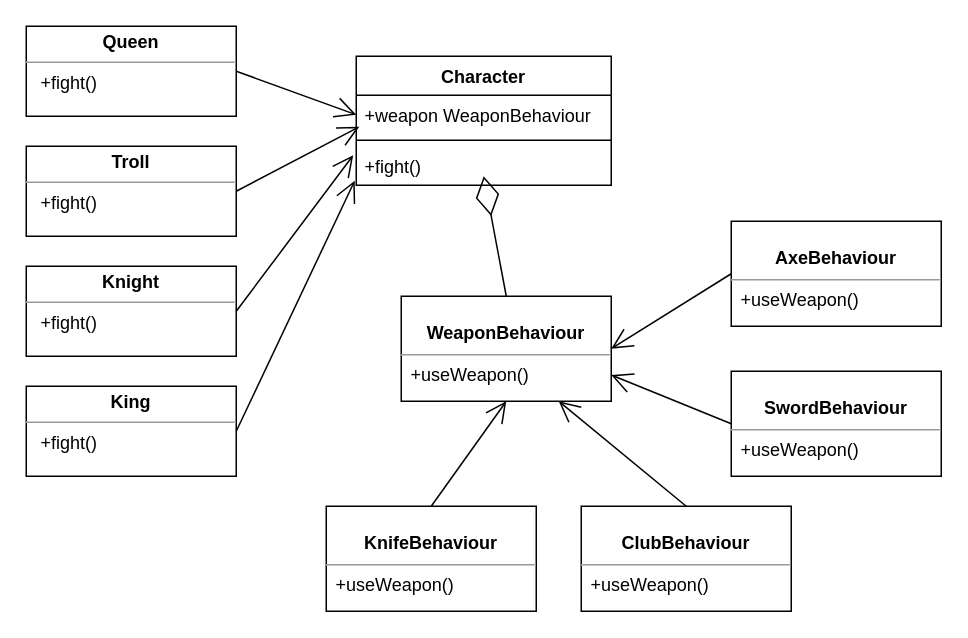
Above: 5.3tehtava.drawio in ArttuJahva/NewRepo (draw.io), before the change. Source tidied: cells renumbered, new cells numbered last; positions are measured from the earlier drawing's top-left corner, leaving out a move shared by most shapes. Both pictures are drawn from the tidied source at 150%, with x=0, y=0 at pixel (26, 26).
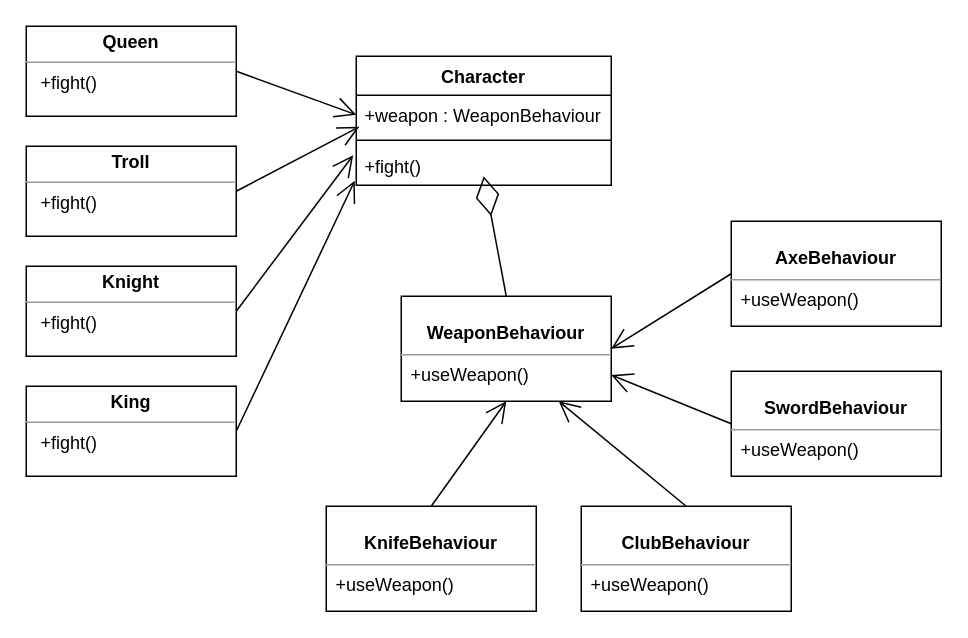
The same page after the edit.

The change refers to these unchanged cells:
```xml
<mxCell id="4" value="Character" style="swimlane;fontStyle=1;align=center;verticalAlign=top;horizontal=1;startSize=26;" parent="1" vertex="1">
  <mxGeometry x="220" y="20" width="170" height="86" as="geometry" />
</mxCell>
```

Change to the diagram source:
```diff
@@
-    <mxCell id="5" value="+weapon WeaponBehaviour" style="text;strokeColor=none;fillColor=none;align=left;verticalAlign=top;spacingLeft=4;spacingRight=4;overflow=hidden;points=[[0,0.5],[1,0.5]];portConstraint=eastwest;" parent="4" vertex="1">
+    <mxCell id="5" value="+weapon : WeaponBehaviour" style="text;strokeColor=none;fillColor=none;align=left;verticalAlign=top;spacingLeft=4;spacingRight=4;overflow=hidden;points=[[0,0.5],[1,0.5]];portConstraint=eastwest;" parent="4" vertex="1">
       <mxGeometry y="26" width="170" height="26" as="geometry" />
     </mxCell>
```
